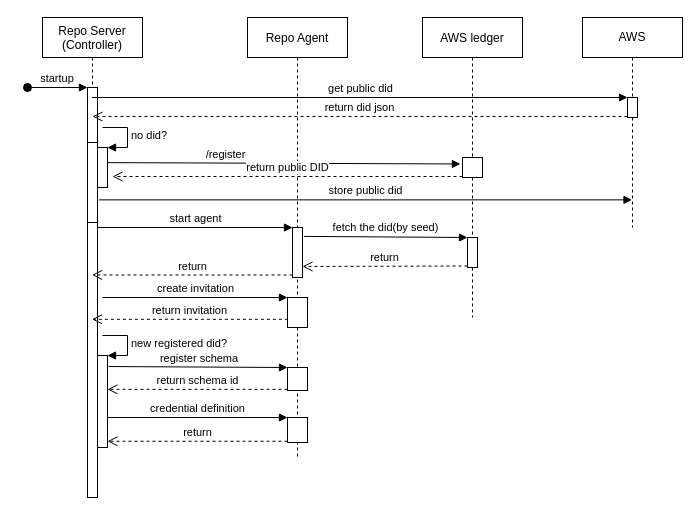
Before: repo_start_up_seq.drawio in verifiablesoftware/vsw-repo, a draw.io diagram. Source tidied: cells renumbered, new cells numbered last; positions are measured from the earlier drawing's top-left corner, leaving out a move shared by most shapes. Both pictures are drawn from the tidied source at 100%, with x=0, y=0 at pixel (27, 17).
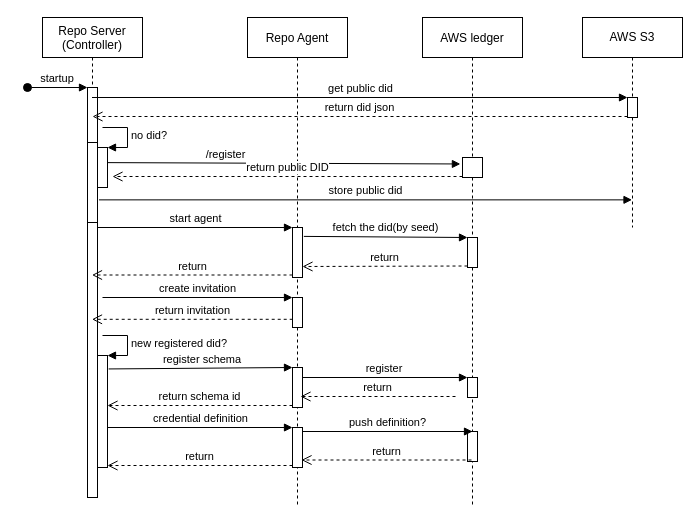
Above is the later version.

Commit message (it also covers changes not shown here):
make some adjust for the diagram

Unchanged cells that the change refers to:
```xml
<mxCell id="2" value="Repo Server&#10;(Controller)" style="shape=umlLifeline;perimeter=lifelinePerimeter;rounded=0;shadow=0;strokeWidth=1;" parent="1" vertex="1">
  <mxGeometry x="15" width="100" height="480" as="geometry" />
</mxCell>
```

What changed in the source:
```diff
@@
     <mxCell id="8" style="html=1;points=[];perimeter=orthogonalPerimeter;" parent="2" vertex="1">
-      <mxGeometry x="55" y="338" width="10" height="92" as="geometry" />
+      <mxGeometry x="55" y="338" width="10" height="112" as="geometry" />
     </mxCell>
@@
     <mxCell id="10" value="Repo Agent" style="shape=umlLifeline;perimeter=lifelinePerimeter;rounded=0;shadow=0;strokeWidth=1;" parent="1" vertex="1">
-      <mxGeometry x="220" width="100" height="440" as="geometry" />
+      <mxGeometry x="220" width="100" height="490" as="geometry" />
     </mxCell>
     <mxCell id="11" style="html=1;points=[];perimeter=orthogonalPerimeter;" parent="10" vertex="1">
-      <mxGeometry x="40" y="350" width="20" height="23" as="geometry" />
+      <mxGeometry x="45" y="350" width="10" height="40" as="geometry" />
     </mxCell>
     <mxCell id="12" style="html=1;points=[];perimeter=orthogonalPerimeter;" parent="10" vertex="1">
-      <mxGeometry x="40" y="400" width="20" height="25" as="geometry" />
+      <mxGeometry x="45" y="410" width="10" height="40" as="geometry" />
     </mxCell>
     <mxCell id="13" style="html=1;points=[];perimeter=orthogonalPerimeter;" parent="10" vertex="1">
-      <mxGeometry x="40" y="280" width="20" height="30" as="geometry" />
+      <mxGeometry x="45" y="280" width="10" height="30" as="geometry" />
     </mxCell>
@@
     <mxCell id="15" value="AWS ledger" style="shape=umlLifeline;perimeter=lifelinePerimeter;rounded=0;shadow=0;strokeWidth=1;" parent="1" vertex="1">
-      <mxGeometry x="395" width="100" height="300" as="geometry" />
+      <mxGeometry x="395" width="100" height="490" as="geometry" />
     </mxCell>
@@
+    <mxCell id="35" style="html=1;points=[];perimeter=orthogonalPerimeter;" parent="15" vertex="1">
+      <mxGeometry x="45" y="360" width="10" height="20" as="geometry" />
+    </mxCell>
+    <mxCell id="36" style="html=1;perimeter=orthogonalPerimeter;" parent="15" vertex="1">
+      <mxGeometry x="45" y="414" width="10" height="30" as="geometry" />
+    </mxCell>
@@
-    <mxCell id="25" value="AWS" style="shape=umlLifeline;perimeter=lifelinePerimeter;whiteSpace=wrap;html=1;outlineConnect=0;" parent="1" vertex="1">
+    <mxCell id="25" value="AWS S3" style="shape=umlLifeline;perimeter=lifelinePerimeter;whiteSpace=wrap;html=1;outlineConnect=0;" parent="1" vertex="1">
       <mxGeometry x="555" width="100" height="210" as="geometry" />
     </mxCell>
@@
+    <mxCell id="37" value="register&amp;nbsp;" style="html=1;verticalAlign=bottom;endArrow=block;entryX=0;entryY=0;" parent="1" edge="1" source="11" target="35">
+      <mxGeometry relative="1" as="geometry" />
+    </mxCell>
+    <mxCell id="38" value="return" style="html=1;verticalAlign=bottom;endArrow=open;dashed=1;endSize=8;exitX=0;exitY=0.95;" parent="1" edge="1">
+      <mxGeometry relative="1" as="geometry">
+        <mxPoint x="428" y="379" as="sourcePoint" />
+        <mxPoint x="273" y="379" as="targetPoint" />
+      </mxGeometry>
+    </mxCell>
+    <mxCell id="39" value="push definition?" style="html=1;verticalAlign=bottom;endArrow=block;entryX=0;entryY=0;" parent="1" edge="1">
+      <mxGeometry relative="1" as="geometry">
+        <mxPoint x="275" y="414" as="sourcePoint" />
+        <mxPoint x="445" y="414" as="targetPoint" />
+      </mxGeometry>
+    </mxCell>
+    <mxCell id="40" value="return" style="html=1;verticalAlign=bottom;endArrow=open;dashed=1;endSize=8;exitX=0;exitY=0.95;" parent="1" edge="1">
+      <mxGeometry relative="1" as="geometry">
+        <mxPoint x="444" y="442.5" as="sourcePoint" />
+        <mxPoint x="274" y="442.5" as="targetPoint" />
+      </mxGeometry>
+    </mxCell>
```
